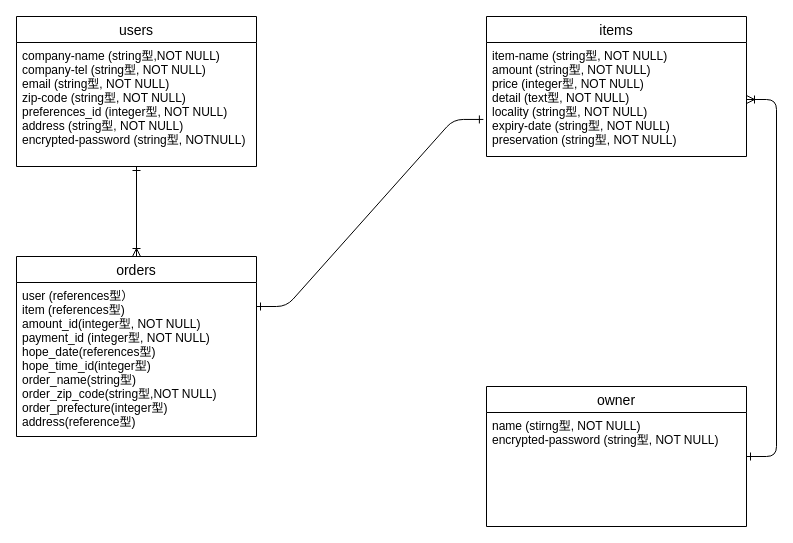
The draw.io diagram page "ページ1" (1 of 2) of meat2.dio in Jun-Tagami/beginner-s-butcher-shop, before the edit. Source tidied: cells renumbered, new cells numbered last; positions are measured from the earlier drawing's top-left corner, leaving out a move shared by most shapes. Both pictures are drawn from the tidied source at 100%, with x=0, y=0 at pixel (16, 16).
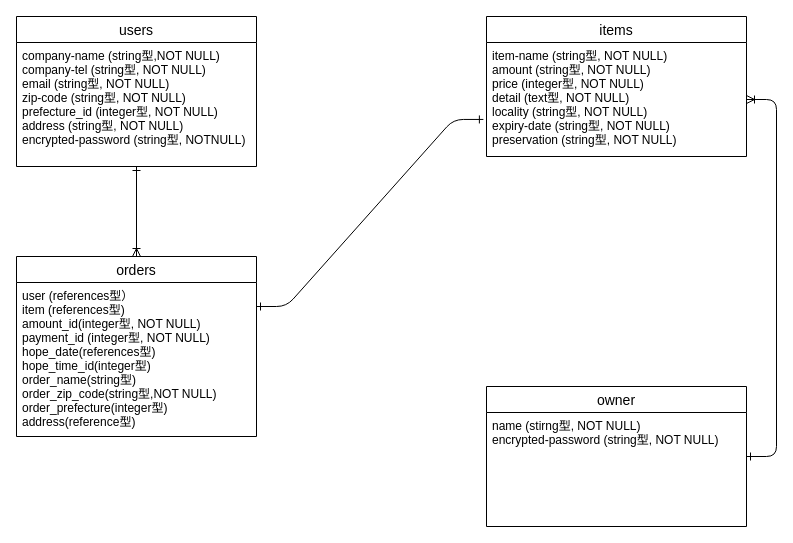
The same diagram, later.

Change to the diagram source:
```diff
@@
 <mxGraphModel>
   <root>
     <mxCell id="0" />
     <mxCell id="1" parent="0" />
     <mxCell id="2" value="users" style="swimlane;fontStyle=0;horizontal=1;startSize=26;align=center;fontSize=14;" parent="1" vertex="1">
       <mxGeometry width="240" height="150" as="geometry" />
     </mxCell>
-    <mxCell id="3" value="company-name (string型,NOT NULL)&#10;company-tel (string型, NOT NULL)&#10;email (string型, NOT NULL)&#10;zip-code (string型, NOT NULL)&#10;preferences_id (integer型, NOT NULL)&#10;address (string型, NOT NULL)&#10;encrypted-password (string型, NOTNULL)" style="text;strokeColor=none;fillColor=none;spacingLeft=4;spacingRight=4;overflow=hidden;points=[[0,0.5],[1,0.5]];portConstraint=eastwest;fontSize=12;" parent="2" vertex="1">
+    <mxCell id="3" value="company-name (string型,NOT NULL)&#10;company-tel (string型, NOT NULL)&#10;email (string型, NOT NULL)&#10;zip-code (string型, NOT NULL)&#10;prefecture_id (integer型, NOT NULL)&#10;address (string型, NOT NULL)&#10;encrypted-password (string型, NOTNULL)" style="text;strokeColor=none;fillColor=none;spacingLeft=4;spacingRight=4;overflow=hidden;points=[[0,0.5],[1,0.5]];portConstraint=eastwest;fontSize=12;" parent="2" vertex="1">
       <mxGeometry y="26" width="240" height="124" as="geometry" />
     </mxCell>
     <mxCell id="4" value="items" style="swimlane;fontStyle=0;horizontal=1;startSize=26;align=center;fontSize=14;" parent="1" vertex="1">
       <mxGeometry x="470" width="260" height="140" as="geometry" />
     </mxCell>
     <mxCell id="5" value="item-name (string型, NOT NULL)&#10;amount (string型, NOT NULL)&#10;price (integer型, NOT NULL)&#10;detail (text型, NOT NULL)&#10;locality (string型, NOT NULL)&#10;expiry-date (string型, NOT NULL)&#10;preservation (string型, NOT NULL)" style="text;strokeColor=none;fillColor=none;spacingLeft=4;spacingRight=4;overflow=hidden;points=[[0,0.5],[1,0.5]];portConstraint=eastwest;fontSize=12;" parent="4" vertex="1">
       <mxGeometry y="26" width="260" height="114" as="geometry" />
     </mxCell>
     <mxCell id="6" value="orders" style="swimlane;fontStyle=0;horizontal=1;startSize=26;align=center;fontSize=14;" parent="1" vertex="1">
       <mxGeometry y="240" width="240" height="180" as="geometry" />
     </mxCell>
     <mxCell id="7" value="user (references型）&#10;item (references型)&#10;amount_id(integer型, NOT NULL)&#10;payment_id (integer型, NOT NULL)&#10;hope_date(references型)&#10;hope_time_id(integer型)&#10;order_name(string型)&#10;order_zip_code(string型,NOT NULL)&#10;order_prefecture(integer型)&#10;address(reference型)" style="text;strokeColor=none;fillColor=none;spacingLeft=4;spacingRight=4;overflow=hidden;fontSize=12;" parent="6" vertex="1">
       <mxGeometry y="26" width="240" height="154" as="geometry" />
     </mxCell>
     <mxCell id="8" style="fontSize=12;html=1;endArrow=ERone;endFill=1;startArrow=ERoneToMany;startFill=0;exitX=0.5;exitY=0;exitDx=0;exitDy=0;entryX=0.5;entryY=1;entryDx=0;entryDy=0;entryPerimeter=0;" parent="1" edge="1" source="6" target="3">
       <mxGeometry relative="1" as="geometry" />
     </mxCell>
     <mxCell id="9" style="edgeStyle=entityRelationEdgeStyle;fontSize=12;html=1;endArrow=ERone;entryX=-0.012;entryY=0.675;entryDx=0;entryDy=0;entryPerimeter=0;startArrow=ERone;startFill=0;endFill=0;" parent="1" edge="1" target="5">
       <mxGeometry relative="1" as="geometry">
         <mxPoint x="240" y="290" as="sourcePoint" />
       </mxGeometry>
     </mxCell>
     <mxCell id="10" style="edgeStyle=entityRelationEdgeStyle;fontSize=12;html=1;endArrow=ERoneToMany;startArrow=ERone;startFill=0;" parent="1" edge="1" target="5">
       <mxGeometry relative="1" as="geometry">
         <mxPoint x="730" y="440" as="sourcePoint" />
       </mxGeometry>
     </mxCell>
     <mxCell id="11" value="owner" style="swimlane;fontStyle=0;horizontal=1;startSize=26;align=center;fontSize=14;" parent="1" vertex="1">
       <mxGeometry x="470" y="370" width="260" height="140" as="geometry" />
     </mxCell>
     <mxCell id="12" value="name (stirng型, NOT NULL)&#10;encrypted-password (string型, NOT NULL)&#10;" style="text;strokeColor=none;fillColor=none;spacingLeft=4;spacingRight=4;overflow=hidden;fontSize=12;" parent="11" vertex="1">
       <mxGeometry y="26" width="260" height="114" as="geometry" />
     </mxCell>
   </root>
 </mxGraphModel>
```
